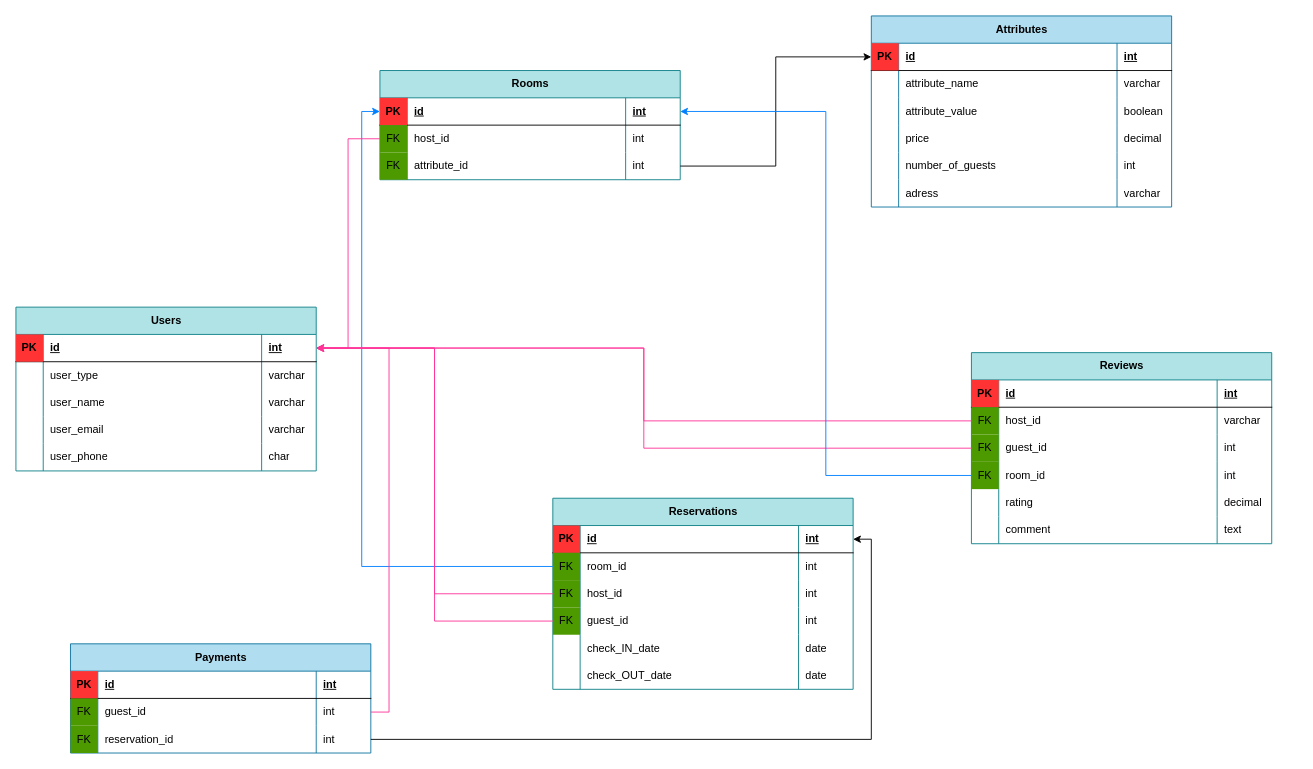
Earlier version of the draw.io diagram airbnb_diagram.drawio (Olha-Zhernosek/projector_homeworks). Source tidied: cells renumbered, new cells numbered last; positions are measured from the earlier drawing's top-left corner, leaving out a move shared by most shapes. Both pictures are drawn from the tidied source at 91%, with x=0, y=0 at pixel (15, 15).
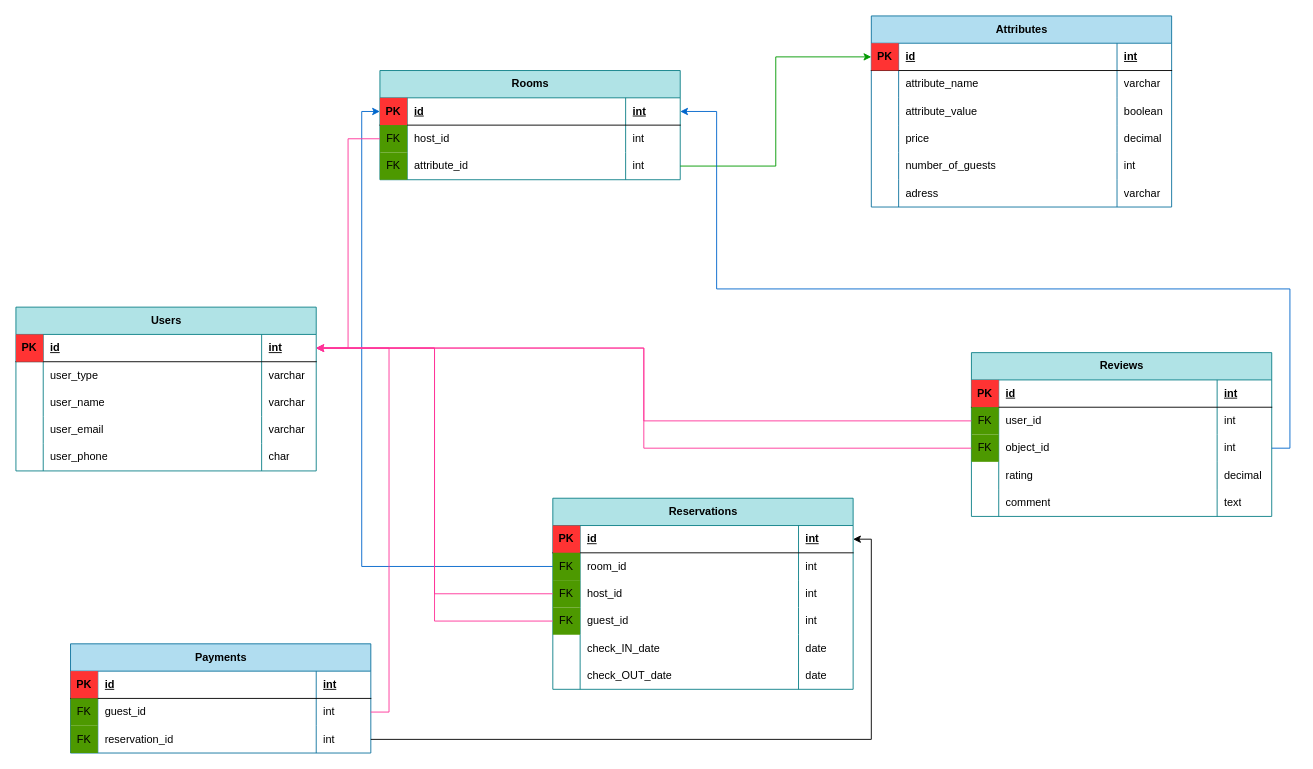
Above is the later version.

Unchanged cells that the change refers to:
```xml
<mxCell id="3" style="shape=tableRow;horizontal=0;startSize=0;swimlaneHead=0;swimlaneBody=0;fillColor=none;points=[[0,0.5],[1,0.5]];portConstraint=eastwest;top=0;left=0;right=0;bottom=1;" parent="2" vertex="1">
  <mxGeometry y="30" width="330" height="30" as="geometry" />
</mxCell>
<mxCell id="28" style="shape=tableRow;horizontal=0;startSize=0;swimlaneHead=0;swimlaneBody=0;fillColor=none;points=[[0,0.5],[1,0.5]];portConstraint=eastwest;top=0;left=0;right=0;bottom=0;" parent="23" vertex="1">
  <mxGeometry y="60" width="330" height="30" as="geometry" />
</mxCell>
<mxCell id="53" style="shape=tableRow;horizontal=0;startSize=0;swimlaneHead=0;swimlaneBody=0;fillColor=none;points=[[0,0.5],[1,0.5]];portConstraint=eastwest;top=0;left=0;right=0;bottom=0;" parent="48" vertex="1">
  <mxGeometry y="60" width="330" height="30" as="geometry" />
</mxCell>
<mxCell id="74" style="shape=tableRow;horizontal=0;startSize=0;swimlaneHead=0;swimlaneBody=0;fillColor=none;points=[[0,0.5],[1,0.5]];portConstraint=eastwest;top=0;left=0;right=0;bottom=1;" parent="73" vertex="1">
  <mxGeometry y="30" width="330" height="30" as="geometry" />
</mxCell>
<mxCell id="82" style="shape=tableRow;horizontal=0;startSize=0;swimlaneHead=0;swimlaneBody=0;fillColor=none;points=[[0,0.5],[1,0.5]];portConstraint=eastwest;top=0;left=0;right=0;bottom=0;" parent="73" vertex="1">
  <mxGeometry y="90" width="330" height="30" as="geometry" />
</mxCell>
<mxCell id="87" style="shape=tableRow;horizontal=0;startSize=0;swimlaneHead=0;swimlaneBody=0;fillColor=none;points=[[0,0.5],[1,0.5]];portConstraint=eastwest;top=0;left=0;right=0;bottom=1;" parent="86" vertex="1">
  <mxGeometry y="30" width="330" height="30" as="geometry" />
</mxCell>
```

The edit, as a diff of the source:
```diff
@@
     <mxCell id="23" value="Reviews" style="shape=table;startSize=30;childLayout=tableLayout;rowLines=0;fontStyle=1;align=center;html=1;fillColor=#b0e3e6;strokeColor=#0e8088;" parent="1" vertex="1">
-      <mxGeometry x="1050" y="370" width="330" height="210" as="geometry" />
+      <mxGeometry x="1050" y="370" width="330" height="180" as="geometry" />
     </mxCell>
@@
-    <mxCell id="30" value="host_id" style="shape=partialRectangle;fillColor=none;top=0;left=0;bottom=0;right=0;align=left;spacingLeft=6;overflow=hidden;whiteSpace=wrap;html=1;" parent="28" vertex="1">
+    <mxCell id="30" value="user_id" style="shape=partialRectangle;fillColor=none;top=0;left=0;bottom=0;right=0;align=left;spacingLeft=6;overflow=hidden;whiteSpace=wrap;html=1;" parent="28" vertex="1">
       <mxGeometry x="30" width="240" height="30" as="geometry" />
     </mxCell>
-    <mxCell id="31" value="varchar" style="shape=partialRectangle;fillColor=none;top=0;left=0;bottom=0;right=0;align=left;spacingLeft=6;overflow=hidden;whiteSpace=wrap;html=1;" parent="28" vertex="1">
+    <mxCell id="31" value="int" style="shape=partialRectangle;fillColor=none;top=0;left=0;bottom=0;right=0;align=left;spacingLeft=6;overflow=hidden;whiteSpace=wrap;html=1;" parent="28" vertex="1">
       <mxGeometry x="270" width="60" height="30" as="geometry" />
     </mxCell>
-    <mxCell id="32" style="shape=tableRow;horizontal=0;startSize=0;swimlaneHead=0;swimlaneBody=0;fillColor=none;points=[[0,0.5],[1,0.5]];portConstraint=eastwest;top=0;left=0;right=0;bottom=0;" parent="23" vertex="1">
-      <mxGeometry y="90" width="330" height="30" as="geometry" />
-    </mxCell>
-    <mxCell id="33" value="FK" style="shape=partialRectangle;fillColor=#4D9900;top=0;left=0;bottom=0;right=0;overflow=hidden;whiteSpace=wrap;html=1;" parent="32" vertex="1">
-      <mxGeometry width="30" height="30" as="geometry" />
-    </mxCell>
-    <mxCell id="34" value="guest_id" style="shape=partialRectangle;fillColor=none;top=0;left=0;bottom=0;right=0;align=left;spacingLeft=6;overflow=hidden;whiteSpace=wrap;html=1;" parent="32" vertex="1">
-      <mxGeometry x="30" width="240" height="30" as="geometry" />
-    </mxCell>
-    <mxCell id="35" value="int" style="shape=partialRectangle;fillColor=none;top=0;left=0;bottom=0;right=0;align=left;spacingLeft=6;overflow=hidden;whiteSpace=wrap;html=1;" parent="32" vertex="1">
-      <mxGeometry x="270" width="60" height="30" as="geometry" />
-    </mxCell>
     <mxCell id="36" style="shape=tableRow;horizontal=0;startSize=0;swimlaneHead=0;swimlaneBody=0;fillColor=none;points=[[0,0.5],[1,0.5]];portConstraint=eastwest;top=0;left=0;right=0;bottom=0;" parent="23" vertex="1">
-      <mxGeometry y="120" width="330" height="30" as="geometry" />
+      <mxGeometry y="90" width="330" height="30" as="geometry" />
     </mxCell>
@@
-    <mxCell id="38" value="room_id" style="shape=partialRectangle;fillColor=none;top=0;left=0;bottom=0;right=0;align=left;spacingLeft=6;overflow=hidden;whiteSpace=wrap;html=1;" parent="36" vertex="1">
+    <mxCell id="38" value="object_id" style="shape=partialRectangle;fillColor=none;top=0;left=0;bottom=0;right=0;align=left;spacingLeft=6;overflow=hidden;whiteSpace=wrap;html=1;" parent="36" vertex="1">
       <mxGeometry x="30" width="240" height="30" as="geometry" />
     </mxCell>
@@
     <mxCell id="40" style="shape=tableRow;horizontal=0;startSize=0;swimlaneHead=0;swimlaneBody=0;fillColor=none;top=0;left=0;right=0;bottom=0;" parent="23" vertex="1">
-      <mxGeometry y="150" width="330" height="30" as="geometry" />
+      <mxGeometry y="120" width="330" height="30" as="geometry" />
     </mxCell>
@@
     <mxCell id="44" style="shape=tableRow;horizontal=0;startSize=0;swimlaneHead=0;swimlaneBody=0;fillColor=none;top=0;left=0;right=0;bottom=0;" parent="23" vertex="1">
-      <mxGeometry y="180" width="330" height="30" as="geometry" />
+      <mxGeometry y="150" width="330" height="30" as="geometry" />
     </mxCell>
@@
-    <mxCell id="111" style="edgeStyle=orthogonalEdgeStyle;rounded=0;jettySize=auto;html=1;exitX=0;exitY=0.5;exitDx=0;exitDy=0;entryX=0;entryY=0.5;entryDx=0;entryDy=0;strokeColor=#007FFF;" parent="1" edge="1" source="53" target="74">
+    <mxCell id="111" style="edgeStyle=orthogonalEdgeStyle;rounded=0;jettySize=auto;html=1;exitX=0;exitY=0.5;exitDx=0;exitDy=0;entryX=0;entryY=0.5;entryDx=0;entryDy=0;strokeColor=#0066CC;" parent="1" edge="1" source="53" target="74">
       <mxGeometry relative="1" as="geometry" />
     </mxCell>
-    <mxCell id="112" style="edgeStyle=orthogonalEdgeStyle;rounded=0;jettySize=auto;html=1;exitX=1;exitY=0.5;exitDx=0;exitDy=0;entryX=0;entryY=0.5;entryDx=0;entryDy=0;" parent="1" edge="1" source="82" target="87">
+    <mxCell id="112" style="edgeStyle=orthogonalEdgeStyle;rounded=0;jettySize=auto;html=1;exitX=1;exitY=0.5;exitDx=0;exitDy=0;entryX=0;entryY=0.5;entryDx=0;entryDy=0;strokeColor=#009900;" parent="1" edge="1" source="82" target="87">
       <mxGeometry relative="1" as="geometry" />
     </mxCell>
@@
-    <mxCell id="116" style="edgeStyle=orthogonalEdgeStyle;rounded=0;jettySize=auto;html=1;exitX=0;exitY=0.5;exitDx=0;exitDy=0;entryX=1;entryY=0.5;entryDx=0;entryDy=0;strokeColor=#FF3399;" parent="1" edge="1" source="32" target="3">
-      <mxGeometry relative="1" as="geometry" />
-    </mxCell>
@@
-    <mxCell id="118" style="edgeStyle=orthogonalEdgeStyle;rounded=0;jettySize=auto;html=1;exitX=0;exitY=0.5;exitDx=0;exitDy=0;entryX=1;entryY=0.5;entryDx=0;entryDy=0;strokeColor=#007FFF;" parent="1" edge="1" source="36" target="74">
-      <mxGeometry relative="1" as="geometry" />
-    </mxCell>
@@
+    <mxCell id="134" style="edgeStyle=orthogonalEdgeStyle;rounded=0;jettySize=auto;html=1;exitX=0;exitY=0.5;exitDx=0;exitDy=0;entryX=1;entryY=0.5;entryDx=0;entryDy=0;strokeColor=#FF3399;" parent="1" edge="1" source="36" target="3">
+      <mxGeometry relative="1" as="geometry" />
+    </mxCell>
+    <mxCell id="118" style="edgeStyle=orthogonalEdgeStyle;rounded=0;jettySize=auto;html=1;exitX=1;exitY=0.5;exitDx=0;exitDy=0;fillColor=#0066CC;strokeColor=#0066CC;" parent="1" edge="1" source="36" target="74">
+      <mxGeometry relative="1" as="geometry">
+        <Array as="points">
+          <mxPoint x="1400" y="475" />
+          <mxPoint x="1400" y="300" />
+          <mxPoint x="770" y="300" />
+          <mxPoint x="770" y="105" />
+        </Array>
+      </mxGeometry>
+    </mxCell>
```
